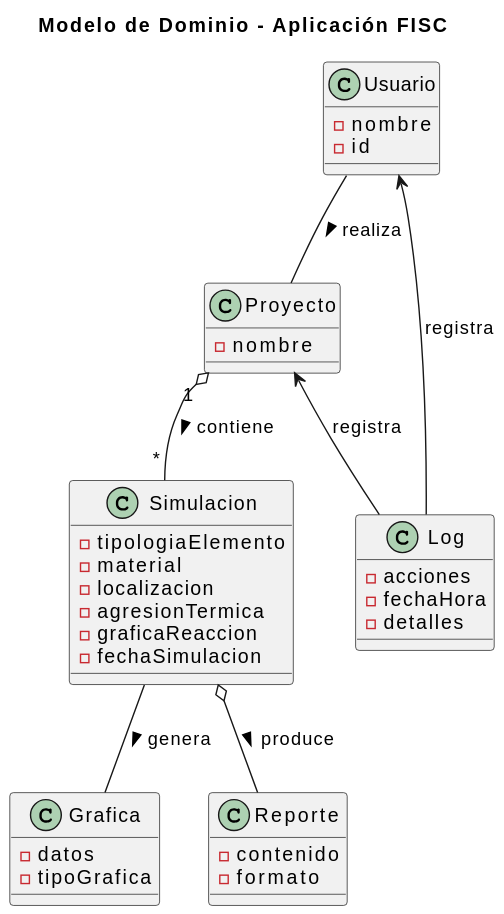
The PlantUML diagram imagenes/modelosUML/diagramaClases.svg in mmasias/23-24-IdSw1-SDR, before a commit.
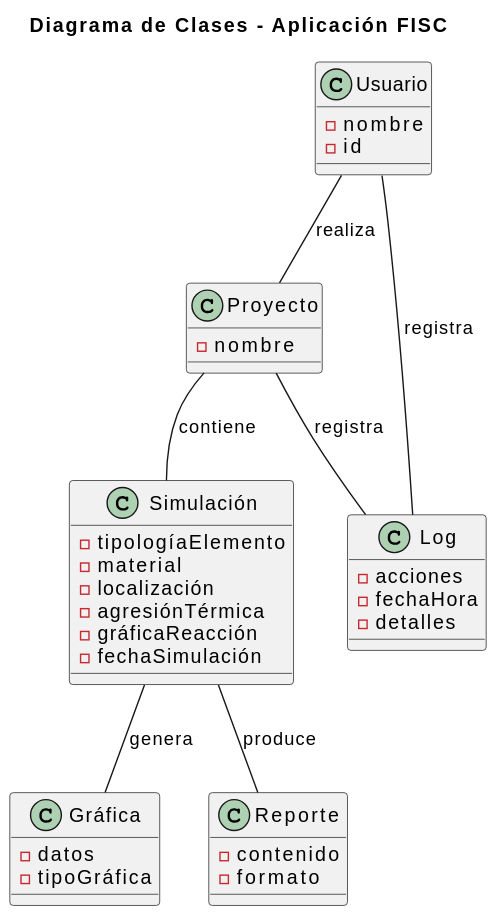
After the change.

Commit message:
arreglos diagrama de clases

Change to the diagram source:
```diff
@@ -1,5 +1,5 @@
 @startuml
-title Modelo de Dominio - Aplicación FISC
+title Diagrama de Clases - Aplicación FISC
 
 class Usuario {
     - nombre
@@ -10,18 +10,18 @@
     - nombre
 }
 
-class Simulacion {
-    - tipologiaElemento
+class Simulación {
+    - tipologíaElemento
     - material
-    - localizacion
-    - agresionTermica
-    - graficaReaccion
-    - fechaSimulacion
+    - localización
+    - agresiónTérmica
+    - gráficaReacción
+    - fechaSimulación
 }
 
-class Grafica {
+class Gráfica {
     - datos
-    - tipoGrafica
+    - tipoGráfica
 }
 
 class Log {
@@ -35,10 +35,10 @@
     - formato
 }
 
-Usuario -- Proyecto : "realiza >"
-Proyecto "1" o-- "*" Simulacion : "contiene >"
-Simulacion -- Grafica : "genera >"
-Simulacion o-- Reporte : "produce >"
-Usuario <-- Log : "registra"
-Proyecto <-- Log : "registra"
+Usuario -- Proyecto : "realiza"
+Proyecto  -- Simulación : "contiene"
+Simulación -- Gráfica : "genera"
+Simulación -- Reporte : "produce"
+Usuario -- Log : "registra"
+Proyecto -- Log : "registra"
 @enduml
```
